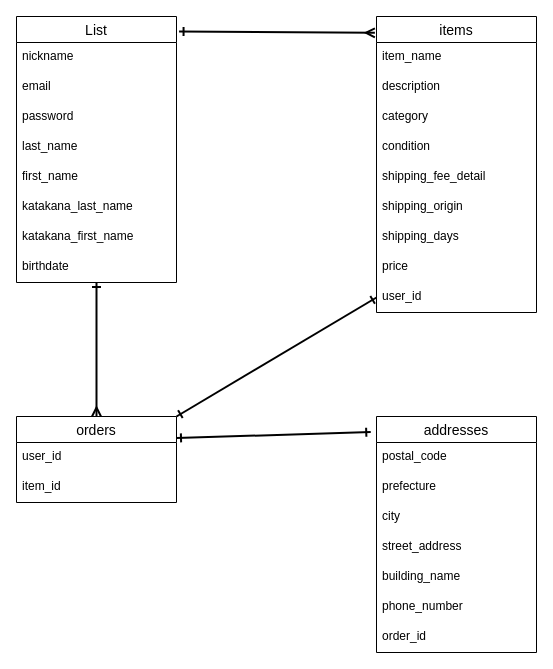
Earlier version of the draw.io diagram draw.dio (toyokokichi/furima-40116). Source tidied: cells renumbered, new cells numbered last; positions are measured from the earlier drawing's top-left corner, leaving out a move shared by most shapes. Both pictures are drawn from the tidied source at 100%, with x=0, y=0 at pixel (16, 16).
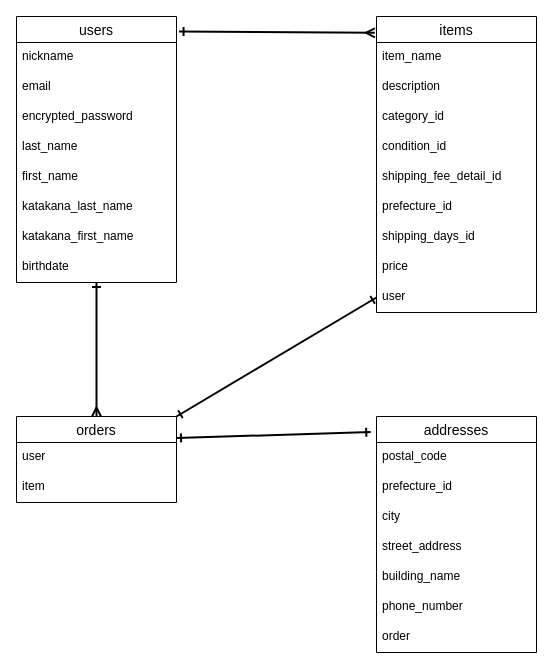
The same diagram, later.

Unchanged cells that the change refers to:
```xml
<mxCell id="13" value="items" style="swimlane;fontStyle=0;horizontal=1;startSize=26;align=center;fontSize=14;" parent="1" vertex="1">
  <mxGeometry x="360" width="160" height="296" as="geometry" />
</mxCell>
<mxCell id="24" value="orders" style="swimlane;fontStyle=0;horizontal=1;startSize=26;align=center;fontSize=14;" parent="1" vertex="1">
  <mxGeometry y="400" width="160" height="86" as="geometry" />
</mxCell>
<mxCell id="27" value="addresses" style="swimlane;fontStyle=0;horizontal=1;startSize=26;align=center;fontSize=14;" parent="1" vertex="1">
  <mxGeometry x="360" y="400" width="160" height="236" as="geometry" />
</mxCell>
```

Diff of the diagram source:
```diff
@@
-    <mxCell id="4" value="List" style="swimlane;fontStyle=0;horizontal=1;startSize=26;align=center;fontSize=14;" parent="1" vertex="1">
+    <mxCell id="4" value="users" style="swimlane;fontStyle=0;horizontal=1;startSize=26;align=center;fontSize=14;" parent="1" vertex="1">
       <mxGeometry width="160" height="266" as="geometry" />
     </mxCell>
@@
-    <mxCell id="7" value="password" style="text;strokeColor=none;fillColor=none;spacingLeft=4;spacingRight=4;overflow=hidden;fontSize=12;" parent="4" vertex="1">
+    <mxCell id="7" value="encrypted_password" style="text;strokeColor=none;fillColor=none;spacingLeft=4;spacingRight=4;overflow=hidden;fontSize=12;" parent="4" vertex="1">
       <mxGeometry y="86" width="160" height="30" as="geometry" />
     </mxCell>
@@
-    <mxCell id="16" value="category" style="text;strokeColor=none;fillColor=none;spacingLeft=4;spacingRight=4;overflow=hidden;fontSize=12;" parent="13" vertex="1">
+    <mxCell id="16" value="category_id" style="text;strokeColor=none;fillColor=none;spacingLeft=4;spacingRight=4;overflow=hidden;fontSize=12;" parent="13" vertex="1">
       <mxGeometry y="86" width="160" height="30" as="geometry" />
     </mxCell>
-    <mxCell id="17" value="condition" style="text;strokeColor=none;fillColor=none;spacingLeft=4;spacingRight=4;overflow=hidden;fontSize=12;" parent="13" vertex="1">
+    <mxCell id="17" value="condition_id" style="text;strokeColor=none;fillColor=none;spacingLeft=4;spacingRight=4;overflow=hidden;fontSize=12;" parent="13" vertex="1">
       <mxGeometry y="116" width="160" height="30" as="geometry" />
     </mxCell>
-    <mxCell id="18" value="shipping_fee_detail" style="text;strokeColor=none;fillColor=none;spacingLeft=4;spacingRight=4;overflow=hidden;fontSize=12;" parent="13" vertex="1">
+    <mxCell id="18" value="shipping_fee_detail_id" style="text;strokeColor=none;fillColor=none;spacingLeft=4;spacingRight=4;overflow=hidden;fontSize=12;" parent="13" vertex="1">
       <mxGeometry y="146" width="160" height="30" as="geometry" />
     </mxCell>
-    <mxCell id="19" value="shipping_origin" style="text;strokeColor=none;fillColor=none;spacingLeft=4;spacingRight=4;overflow=hidden;fontSize=12;" parent="13" vertex="1">
+    <mxCell id="19" value="prefecture_id" style="text;strokeColor=none;fillColor=none;spacingLeft=4;spacingRight=4;overflow=hidden;fontSize=12;" parent="13" vertex="1">
       <mxGeometry y="176" width="160" height="30" as="geometry" />
     </mxCell>
-    <mxCell id="20" value="shipping_days" style="text;strokeColor=none;fillColor=none;spacingLeft=4;spacingRight=4;overflow=hidden;fontSize=12;" parent="13" vertex="1">
+    <mxCell id="20" value="shipping_days_id" style="text;strokeColor=none;fillColor=none;spacingLeft=4;spacingRight=4;overflow=hidden;fontSize=12;" parent="13" vertex="1">
       <mxGeometry y="206" width="160" height="30" as="geometry" />
     </mxCell>
@@
-    <mxCell id="22" value="user_id" style="text;strokeColor=none;fillColor=none;spacingLeft=4;spacingRight=4;overflow=hidden;points=[[0,0.5],[1,0.5]];portConstraint=eastwest;fontSize=12;" parent="13" vertex="1">
+    <mxCell id="22" value="user" style="text;strokeColor=none;fillColor=none;spacingLeft=4;spacingRight=4;overflow=hidden;points=[[0,0.5],[1,0.5]];portConstraint=eastwest;fontSize=12;" parent="13" vertex="1">
       <mxGeometry y="266" width="160" height="30" as="geometry" />
     </mxCell>
@@
-    <mxCell id="25" value="user_id" style="text;strokeColor=none;fillColor=none;spacingLeft=4;spacingRight=4;overflow=hidden;fontSize=12;" parent="24" vertex="1">
+    <mxCell id="25" value="user" style="text;strokeColor=none;fillColor=none;spacingLeft=4;spacingRight=4;overflow=hidden;fontSize=12;" parent="24" vertex="1">
       <mxGeometry y="26" width="160" height="30" as="geometry" />
     </mxCell>
-    <mxCell id="26" value="item_id" style="text;strokeColor=none;fillColor=none;spacingLeft=4;spacingRight=4;overflow=hidden;fontSize=12;" parent="24" vertex="1">
+    <mxCell id="26" value="item" style="text;strokeColor=none;fillColor=none;spacingLeft=4;spacingRight=4;overflow=hidden;fontSize=12;" parent="24" vertex="1">
       <mxGeometry y="56" width="160" height="30" as="geometry" />
     </mxCell>
@@
-    <mxCell id="29" value="prefecture" style="text;strokeColor=none;fillColor=none;spacingLeft=4;spacingRight=4;overflow=hidden;fontSize=12;" parent="27" vertex="1">
+    <mxCell id="29" value="prefecture_id" style="text;strokeColor=none;fillColor=none;spacingLeft=4;spacingRight=4;overflow=hidden;fontSize=12;" parent="27" vertex="1">
       <mxGeometry y="56" width="160" height="30" as="geometry" />
     </mxCell>
@@
-    <mxCell id="34" value="order_id" style="text;strokeColor=none;fillColor=none;spacingLeft=4;spacingRight=4;overflow=hidden;fontSize=12;" parent="27" vertex="1">
+    <mxCell id="34" value="order" style="text;strokeColor=none;fillColor=none;spacingLeft=4;spacingRight=4;overflow=hidden;fontSize=12;" parent="27" vertex="1">
       <mxGeometry y="206" width="160" height="30" as="geometry" />
     </mxCell>
```
